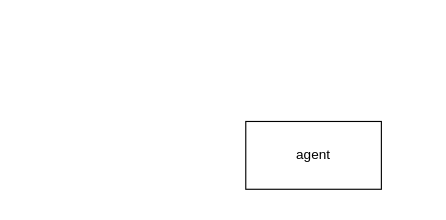
Above: 医疗agent图.drawio in HALF111/Research_figures (draw.io), before the change. Source tidied: cells renumbered, new cells numbered last; positions are measured from the earlier drawing's top-left corner, leaving out a move shared by most shapes. Both pictures are drawn from the tidied source at 113%, with x=0, y=0 at pixel (245, 121).
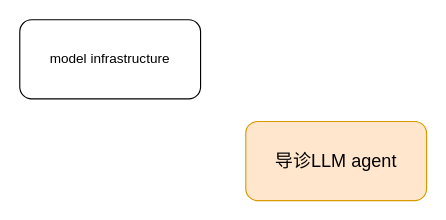
The same page after the edit.

Commit message (it also covers changes not shown here):
更新医疗agent图.drawio

The edit, as a diff of the source:
```diff
@@
 <mxGraphModel>
   <root>
     <mxCell id="0" />
     <mxCell id="1" parent="0" />
-    <mxCell id="2" value="agent" style="rounded=0;whiteSpace=wrap;html=1;" parent="1" vertex="1">
-      <mxGeometry width="120" height="60" as="geometry" />
+    <mxCell id="2" value="&lt;font style=&quot;font-size: 16px;&quot;&gt;导诊LLM agent&lt;/font&gt;" style="rounded=1;whiteSpace=wrap;html=1;fillColor=#ffe6cc;strokeColor=#d79b00;fillStyle=auto;glass=0;shadow=0;" parent="1" vertex="1">
+      <mxGeometry width="160" height="70" as="geometry" />
     </mxCell>
+    <mxCell id="3" value="model&amp;nbsp;infrastructure" style="rounded=1;whiteSpace=wrap;html=1;" parent="1" vertex="1">
+      <mxGeometry x="-200" y="-90" width="160" height="70" as="geometry" />
+    </mxCell>
   </root>
 </mxGraphModel>
```
